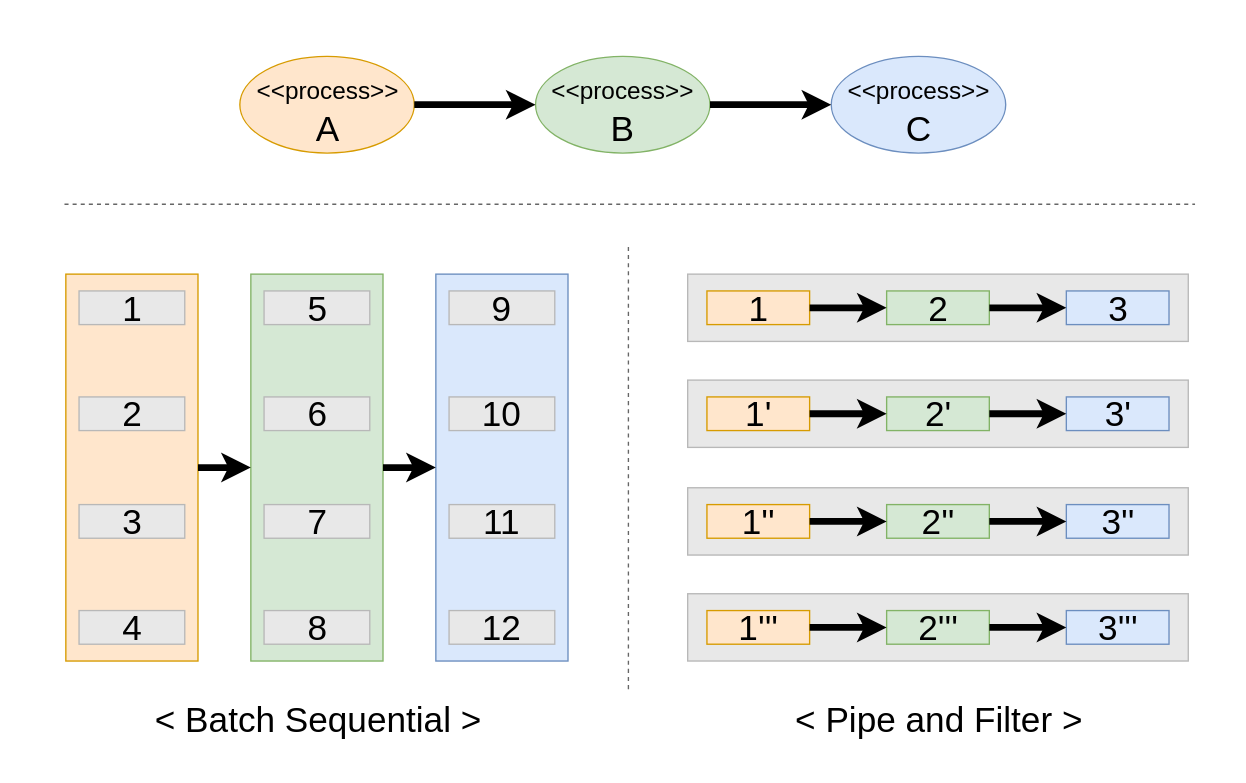
Before: content/전산/공부/Batch Sequentail vs. Pipe and Filter.svg, a diagram exported from draw.io (reddiana/reddiana.github.io). Source tidied: cells renumbered, new cells last; positions are measured from the earlier drawing's top-left corner, leaving out a move shared by most shapes.
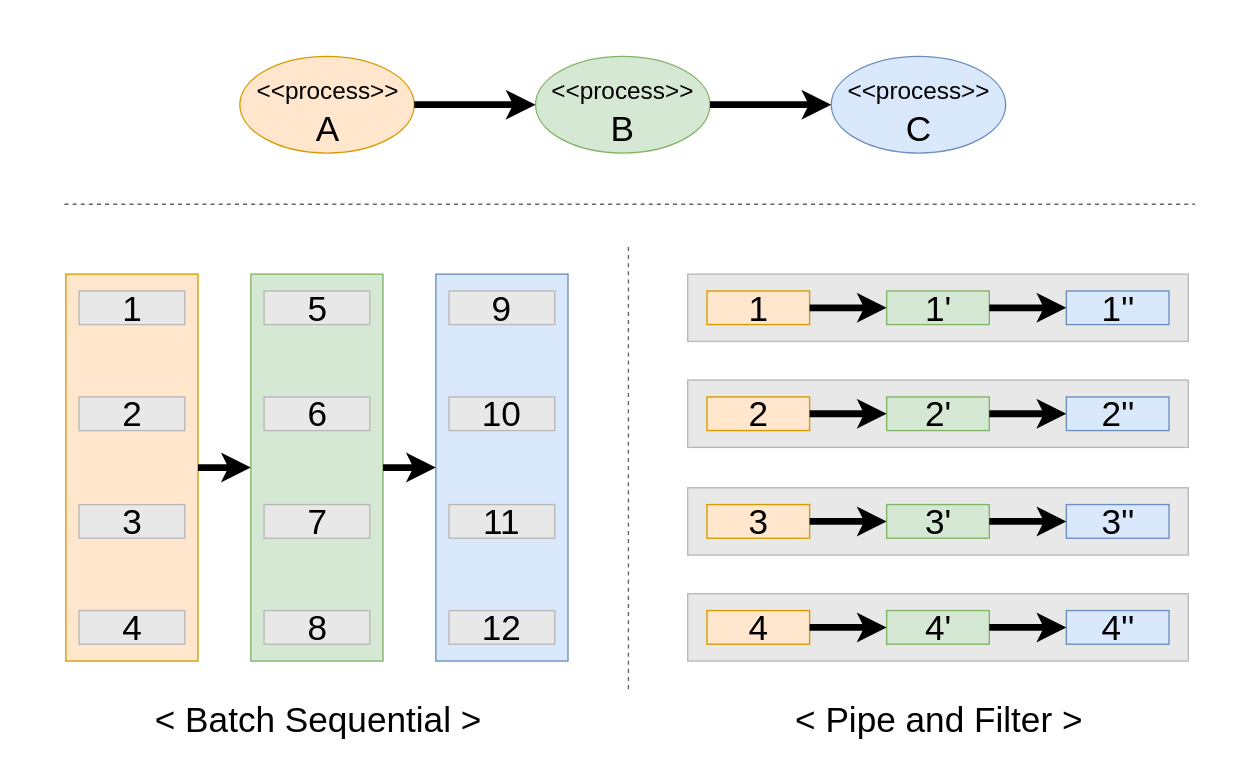
The same file after the commit.

Commit message:
vault backup: 2025-12-25 16:51:55

What changed in the source:
```diff
@@ -101,16 +101,16 @@
     <mxCell id="32" value="1" style="rounded=0;whiteSpace=wrap;html=1;flipV=0;fontSize=26;fillColor=#ffe6cc;strokeColor=#d79b00;" parent="1" vertex="1">
       <mxGeometry x="507.1" y="205.1" width="75.9" height="24.9" as="geometry" />
     </mxCell>
-    <mxCell id="33" value="1'" style="rounded=0;whiteSpace=wrap;html=1;flipV=0;fontSize=26;fillColor=#ffe6cc;strokeColor=#d79b00;" parent="1" vertex="1">
+    <mxCell id="33" value="2" style="rounded=0;whiteSpace=wrap;html=1;flipV=0;fontSize=26;fillColor=#ffe6cc;strokeColor=#d79b00;" parent="1" vertex="1">
       <mxGeometry x="507.1" y="283.5" width="75.9" height="24.9" as="geometry" />
     </mxCell>
-    <mxCell id="34" value="1''" style="rounded=0;whiteSpace=wrap;html=1;flipV=0;fontSize=26;fillColor=#ffe6cc;strokeColor=#d79b00;" parent="1" vertex="1">
+    <mxCell id="34" value="3" style="rounded=0;whiteSpace=wrap;html=1;flipV=0;fontSize=26;fillColor=#ffe6cc;strokeColor=#d79b00;" parent="1" vertex="1">
       <mxGeometry x="507.1" y="363.1" width="75.9" height="24.9" as="geometry" />
     </mxCell>
-    <mxCell id="35" value="1'''" style="rounded=0;whiteSpace=wrap;html=1;flipV=0;fontSize=26;fillColor=#ffe6cc;strokeColor=#d79b00;" parent="1" vertex="1">
+    <mxCell id="35" value="4" style="rounded=0;whiteSpace=wrap;html=1;flipV=0;fontSize=26;fillColor=#ffe6cc;strokeColor=#d79b00;" parent="1" vertex="1">
       <mxGeometry x="507.1" y="441.5" width="75.9" height="24.9" as="geometry" />
     </mxCell>
-    <mxCell id="36" value="2" style="rounded=0;whiteSpace=wrap;html=1;flipV=1;fontSize=26;fillColor=#d5e8d4;strokeColor=#82b366;" parent="1" vertex="1">
+    <mxCell id="36" value="1'" style="rounded=0;whiteSpace=wrap;html=1;flipV=1;fontSize=26;fillColor=#d5e8d4;strokeColor=#82b366;" parent="1" vertex="1">
       <mxGeometry x="639.9" y="205.1" width="75.9" height="24.9" as="geometry" />
     </mxCell>
     <mxCell id="37" style="edgeStyle=none;shape=connector;rounded=1;html=1;labelBackgroundColor=default;strokeWidth=5;align=center;verticalAlign=middle;fontFamily=Helvetica;fontSize=26;fontColor=default;endArrow=classic;endFill=1;" parent="1" edge="1" source="32" target="36">
@@ -122,25 +122,25 @@
     <mxCell id="39" style="edgeStyle=none;shape=connector;rounded=1;html=1;labelBackgroundColor=default;strokeWidth=5;align=center;verticalAlign=middle;fontFamily=Helvetica;fontSize=26;fontColor=default;endArrow=classic;endFill=1;" parent="1" edge="1" source="33" target="38">
       <mxGeometry relative="1" as="geometry" />
     </mxCell>
-    <mxCell id="40" value="2''" style="rounded=0;whiteSpace=wrap;html=1;fontSize=26;fillColor=#d5e8d4;strokeColor=#82b366;" parent="1" vertex="1">
+    <mxCell id="40" value="3'" style="rounded=0;whiteSpace=wrap;html=1;fontSize=26;fillColor=#d5e8d4;strokeColor=#82b366;" parent="1" vertex="1">
       <mxGeometry x="639.9" y="363.1" width="75.9" height="24.9" as="geometry" />
     </mxCell>
     <mxCell id="41" style="edgeStyle=none;shape=connector;rounded=1;html=1;labelBackgroundColor=default;strokeWidth=5;align=center;verticalAlign=middle;fontFamily=Helvetica;fontSize=26;fontColor=default;endArrow=classic;endFill=1;" parent="1" edge="1" source="34" target="40">
       <mxGeometry relative="1" as="geometry" />
     </mxCell>
-    <mxCell id="42" value="2'''" style="rounded=0;whiteSpace=wrap;html=1;fontSize=26;fillColor=#d5e8d4;strokeColor=#82b366;" parent="1" vertex="1">
+    <mxCell id="42" value="4'" style="rounded=0;whiteSpace=wrap;html=1;fontSize=26;fillColor=#d5e8d4;strokeColor=#82b366;" parent="1" vertex="1">
       <mxGeometry x="639.9" y="441.5" width="75.9" height="24.9" as="geometry" />
     </mxCell>
     <mxCell id="43" style="edgeStyle=none;shape=connector;rounded=1;html=1;labelBackgroundColor=default;strokeWidth=5;align=center;verticalAlign=middle;fontFamily=Helvetica;fontSize=26;fontColor=default;endArrow=classic;endFill=1;" parent="1" edge="1" source="35" target="42">
       <mxGeometry relative="1" as="geometry" />
     </mxCell>
-    <mxCell id="44" value="3" style="rounded=0;whiteSpace=wrap;html=1;flipV=1;fontSize=26;fillColor=#dae8fc;strokeColor=#6c8ebf;" parent="1" vertex="1">
+    <mxCell id="44" value="1''" style="rounded=0;whiteSpace=wrap;html=1;flipV=1;fontSize=26;fillColor=#dae8fc;strokeColor=#6c8ebf;" parent="1" vertex="1">
       <mxGeometry x="772.8" y="205.1" width="75.9" height="24.9" as="geometry" />
     </mxCell>
     <mxCell id="45" style="edgeStyle=none;shape=connector;rounded=1;html=1;labelBackgroundColor=default;strokeWidth=5;align=center;verticalAlign=middle;fontFamily=Helvetica;fontSize=26;fontColor=default;endArrow=classic;endFill=1;" parent="1" edge="1" source="36" target="44">
       <mxGeometry relative="1" as="geometry" />
     </mxCell>
-    <mxCell id="46" value="3'" style="rounded=0;whiteSpace=wrap;html=1;fontSize=26;fillColor=#dae8fc;strokeColor=#6c8ebf;" parent="1" vertex="1">
+    <mxCell id="46" value="2''" style="rounded=0;whiteSpace=wrap;html=1;fontSize=26;fillColor=#dae8fc;strokeColor=#6c8ebf;" parent="1" vertex="1">
       <mxGeometry x="772.8" y="283.5" width="75.9" height="24.9" as="geometry" />
     </mxCell>
     <mxCell id="47" style="edgeStyle=none;shape=connector;rounded=1;html=1;labelBackgroundColor=default;strokeWidth=5;align=center;verticalAlign=middle;fontFamily=Helvetica;fontSize=26;fontColor=default;endArrow=classic;endFill=1;" parent="1" edge="1" source="38" target="46">
@@ -149,7 +149,7 @@
     <mxCell id="48" value="3''" style="rounded=0;whiteSpace=wrap;html=1;fontSize=26;fillColor=#dae8fc;strokeColor=#6c8ebf;" parent="1" vertex="1">
       <mxGeometry x="772.8" y="363.1" width="75.9" height="24.9" as="geometry" />
     </mxCell>
-    <mxCell id="49" value="3'''" style="rounded=0;whiteSpace=wrap;html=1;fontSize=26;fillColor=#dae8fc;strokeColor=#6c8ebf;" parent="1" vertex="1">
+    <mxCell id="49" value="4''" style="rounded=0;whiteSpace=wrap;html=1;fontSize=26;fillColor=#dae8fc;strokeColor=#6c8ebf;" parent="1" vertex="1">
       <mxGeometry x="772.8" y="441.5" width="75.9" height="24.9" as="geometry" />
     </mxCell>
     <mxCell id="50" style="edgeStyle=none;shape=connector;rounded=1;html=1;labelBackgroundColor=default;strokeWidth=5;align=center;verticalAlign=middle;fontFamily=Helvetica;fontSize=26;fontColor=default;endArrow=classic;endFill=1;" parent="1" edge="1" source="40" target="48">
```
